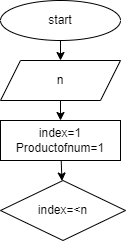
Above: task1.drawio.png in daria9408/daria9408 (draw.io), before the change. Source tidied: cells renumbered, new cells last; positions are measured from the earlier drawing's top-left corner, leaving out a move shared by most shapes.
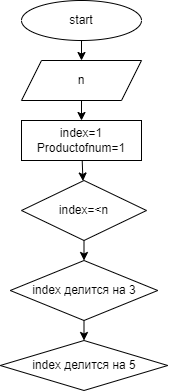
The same file after the commit.

Commit message:
добавлено 1 и 2 условие

Change to the diagram source:
```diff
@@ -20,8 +20,20 @@
     <mxCell id="7" value="index=1&lt;br&gt;Productofnum=1" style="whiteSpace=wrap;html=1;" parent="1" vertex="1">
       <mxGeometry y="120" width="120" height="40" as="geometry" />
     </mxCell>
+    <mxCell id="9" style="edgeStyle=none;html=1;" parent="1" edge="1" source="8" target="11">
+      <mxGeometry relative="1" as="geometry" />
+    </mxCell>
     <mxCell id="8" value="index=&amp;lt;n" style="rhombus;whiteSpace=wrap;html=1;" parent="1" vertex="1">
       <mxGeometry y="180" width="125" height="60" as="geometry" />
     </mxCell>
+    <mxCell id="10" style="edgeStyle=none;html=1;" parent="1" edge="1" source="11" target="12">
+      <mxGeometry relative="1" as="geometry" />
+    </mxCell>
+    <mxCell id="11" value="index делится на 3" style="rhombus;whiteSpace=wrap;html=1;" parent="1" vertex="1">
+      <mxGeometry x="-11.2" y="260" width="147.5" height="60" as="geometry" />
+    </mxCell>
+    <mxCell id="12" value="index делится на 5" style="rhombus;whiteSpace=wrap;html=1;" parent="1" vertex="1">
+      <mxGeometry x="-21.2" y="340" width="167.5" height="50" as="geometry" />
+    </mxCell>
   </root>
 </mxGraphModel>
```
